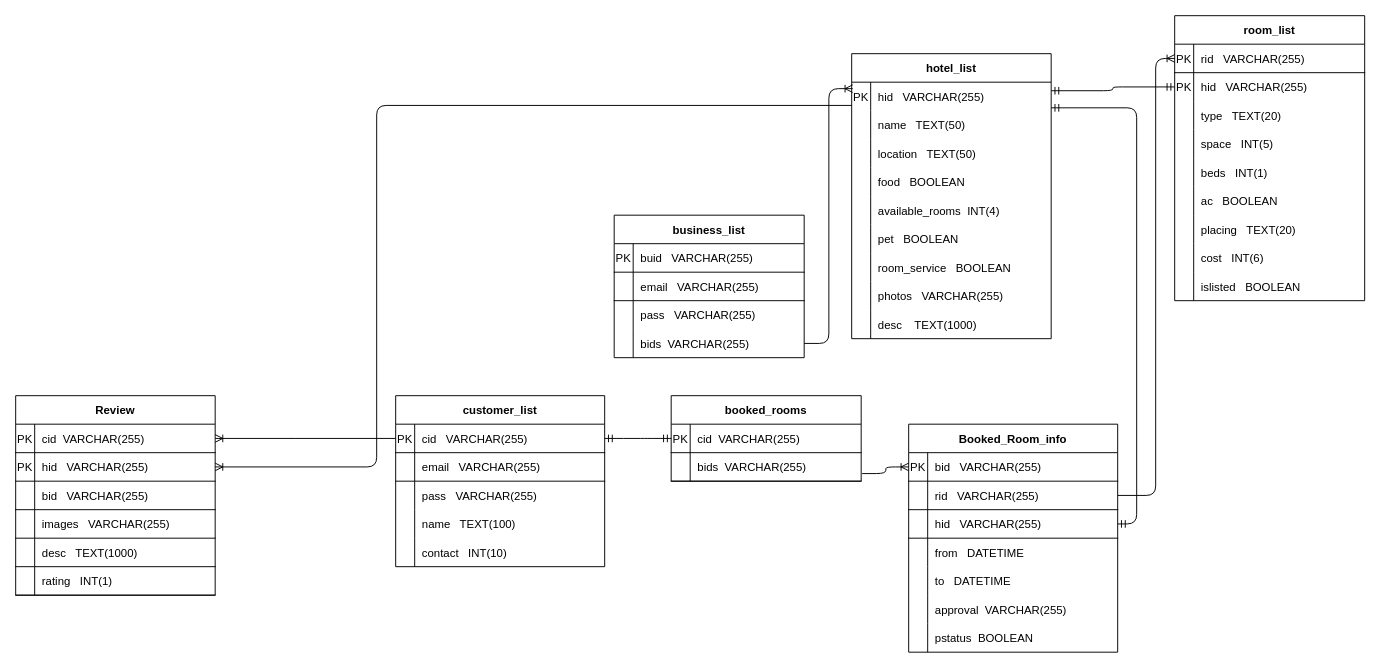
The draw.io diagram UPDATED_ERD_SCHEMA.drawio in PCMasterRace007/ER, before the edit. Source tidied: cells renumbered, new cells numbered last; positions are measured from the earlier drawing's top-left corner, leaving out a move shared by most shapes. Both pictures are drawn from the tidied source at 95%, with x=0, y=0 at pixel (15, 15).
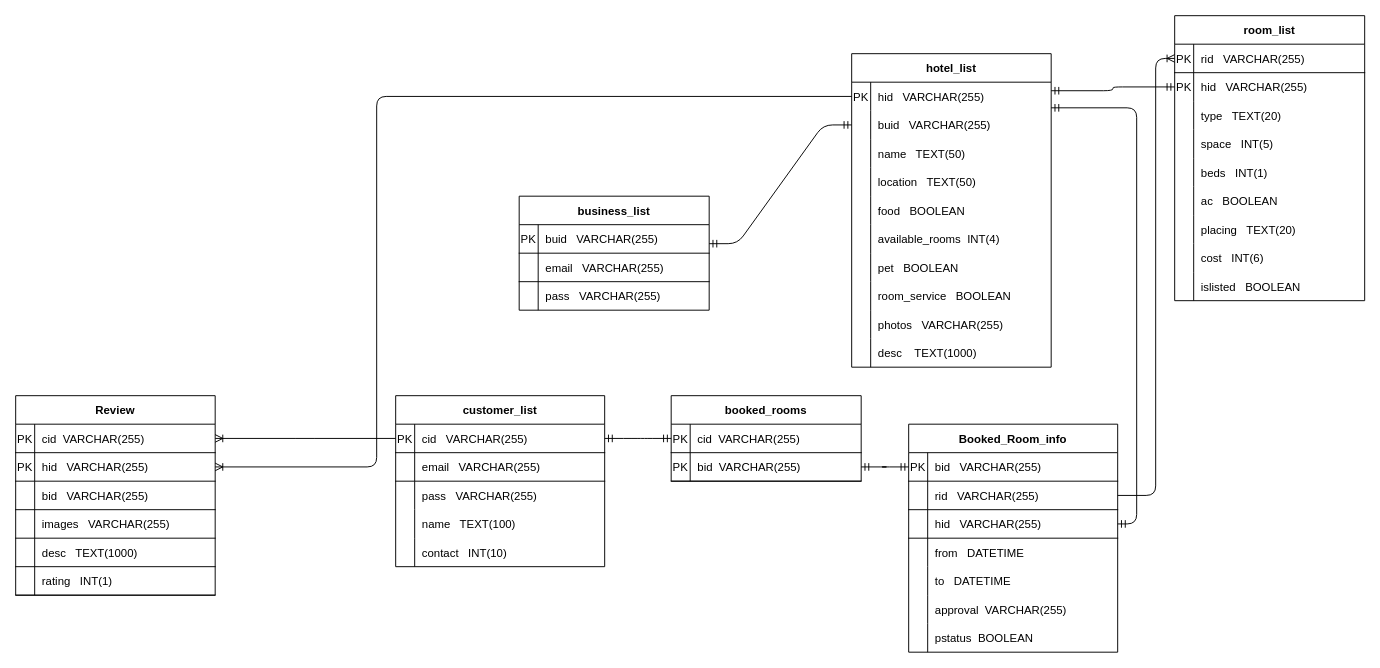
After the change.

Unchanged cells that the change refers to:
```xml
<mxCell id="3" style="shape=partialRectangle;fillColor=none;top=0;left=0;bottom=0;right=0;points=[[0,0.5],[1,0.5]];portConstraint=eastwest;" parent="2" vertex="1">
  <mxGeometry y="30" width="210" height="30" as="geometry" />
</mxCell>
<mxCell id="91" style="shape=partialRectangle;fillColor=none;top=0;left=0;bottom=1;right=0;points=[[0,0.5],[1,0.5]];portConstraint=eastwest;" parent="87" vertex="1">
  <mxGeometry y="60" width="200" height="30" as="geometry" />
</mxCell>
<mxCell id="95" style="shape=partialRectangle;fillColor=none;top=0;left=0;bottom=1;right=0;points=[[0,0.5],[1,0.5]];portConstraint=eastwest;" parent="94" vertex="1">
  <mxGeometry y="30" width="220" height="30" as="geometry" />
</mxCell>
<mxCell id="125" style="shape=partialRectangle;fillColor=none;top=0;left=0;bottom=1;right=0;points=[[0,0.5],[1,0.5]];portConstraint=eastwest;" parent="121" vertex="1">
  <mxGeometry y="60" width="210" height="30" as="geometry" />
</mxCell>
```

Change to the diagram source:
```diff
@@
     <mxCell id="2" value="hotel_list" style="shape=table;startSize=30;childLayout=tableLayout;rowLines=0;fontStyle=1;align=center;" parent="1" vertex="1">
-      <mxGeometry x="880" y="40" width="210" height="300" as="geometry" />
+      <mxGeometry x="880" y="40" width="210" height="330" as="geometry" />
     </mxCell>
@@
+    <mxCell id="143" style="shape=partialRectangle;fillColor=none;top=0;left=0;bottom=0;right=0;points=[[0,0.5],[1,0.5]];portConstraint=eastwest;" parent="2" vertex="1">
+      <mxGeometry y="60" width="210" height="30" as="geometry" />
+    </mxCell>
+    <mxCell id="57" style="shape=partialRectangle;fillColor=none;top=0;left=0;bottom=0;right=0;overflow=hidden;" parent="143" vertex="1">
+      <mxGeometry width="20" height="30" as="geometry" />
+    </mxCell>
+    <mxCell id="144" value="buid   VARCHAR(255)" style="shape=partialRectangle;fillColor=none;top=0;left=0;bottom=0;right=0;align=left;spacingLeft=6;overflow=hidden;" parent="143" vertex="1">
+      <mxGeometry x="20" width="190" height="30" as="geometry" />
+    </mxCell>
     <mxCell id="6" style="shape=partialRectangle;fillColor=none;top=0;left=0;bottom=0;right=0;points=[[0,0.5],[1,0.5]];portConstraint=eastwest;" parent="2" vertex="1">
-      <mxGeometry y="60" width="210" height="30" as="geometry" />
+      <mxGeometry y="90" width="210" height="30" as="geometry" />
     </mxCell>
@@
     <mxCell id="9" style="shape=partialRectangle;fillColor=none;top=0;left=0;bottom=0;right=0;" parent="2" vertex="1">
-      <mxGeometry y="90" width="210" height="30" as="geometry" />
+      <mxGeometry y="120" width="210" height="30" as="geometry" />
     </mxCell>
@@
     <mxCell id="12" style="shape=partialRectangle;fillColor=none;top=0;left=0;bottom=0;right=0;" parent="2" vertex="1">
-      <mxGeometry y="120" width="210" height="30" as="geometry" />
+      <mxGeometry y="150" width="210" height="30" as="geometry" />
     </mxCell>
@@
     <mxCell id="15" style="shape=partialRectangle;fillColor=none;top=0;left=0;bottom=0;right=0;" parent="2" vertex="1">
-      <mxGeometry y="150" width="210" height="30" as="geometry" />
+      <mxGeometry y="180" width="210" height="30" as="geometry" />
     </mxCell>
@@
     <mxCell id="18" style="shape=partialRectangle;fillColor=none;top=0;left=0;bottom=0;right=0;" parent="2" vertex="1">
-      <mxGeometry y="180" width="210" height="30" as="geometry" />
+      <mxGeometry y="210" width="210" height="30" as="geometry" />
     </mxCell>
@@
     <mxCell id="21" style="shape=partialRectangle;fillColor=none;top=0;left=0;bottom=0;right=0;" parent="2" vertex="1">
-      <mxGeometry y="210" width="210" height="30" as="geometry" />
+      <mxGeometry y="240" width="210" height="30" as="geometry" />
     </mxCell>
@@
     <mxCell id="24" style="shape=partialRectangle;fillColor=none;top=0;left=0;bottom=0;right=0;" parent="2" vertex="1">
-      <mxGeometry y="240" width="210" height="30" as="geometry" />
+      <mxGeometry y="270" width="210" height="30" as="geometry" />
     </mxCell>
@@
     <mxCell id="27" style="shape=partialRectangle;fillColor=none;top=0;left=0;bottom=0;right=0;" parent="2" vertex="1">
-      <mxGeometry y="270" width="210" height="30" as="geometry" />
+      <mxGeometry y="300" width="210" height="30" as="geometry" />
     </mxCell>
@@
     <mxCell id="46" value="business_list" style="shape=table;startSize=30;childLayout=tableLayout;rowLines=0;fontStyle=1;align=center;" parent="1" vertex="1">
-      <mxGeometry x="630" y="210" width="200" height="150" as="geometry" />
+      <mxGeometry x="530" y="190" width="200" height="120" as="geometry" />
     </mxCell>
@@
-    <mxCell id="56" style="shape=partialRectangle;fillColor=none;top=0;left=0;bottom=0;right=0;points=[[0,0.5],[1,0.5]];portConstraint=eastwest;" parent="46" vertex="1">
-      <mxGeometry y="120" width="200" height="30" as="geometry" />
-    </mxCell>
-    <mxCell id="57" style="shape=partialRectangle;fillColor=none;top=0;left=0;bottom=0;right=0;overflow=hidden;" parent="56" vertex="1">
-      <mxGeometry width="20" height="30" as="geometry" />
-    </mxCell>
-    <mxCell id="58" value="bids  VARCHAR(255)" style="shape=partialRectangle;fillColor=none;top=0;left=0;bottom=0;right=0;align=left;spacingLeft=6;overflow=hidden;" parent="56" vertex="1">
-      <mxGeometry x="20" width="180" height="30" as="geometry" />
-    </mxCell>
@@
-    <mxCell id="92" style="shape=partialRectangle;fillColor=none;top=0;left=0;bottom=0;right=0;fontStyle=0;overflow=hidden;" parent="91" vertex="1">
+    <mxCell id="92" value="PK" style="shape=partialRectangle;fillColor=none;top=0;left=0;bottom=0;right=0;fontStyle=0;overflow=hidden;" parent="91" vertex="1">
       <mxGeometry width="20" height="30" as="geometry" />
     </mxCell>
-    <mxCell id="93" value="bids  VARCHAR(255)" style="shape=partialRectangle;fillColor=none;top=0;left=0;bottom=0;right=0;align=left;spacingLeft=6;fontStyle=0;overflow=hidden;" parent="91" vertex="1">
+    <mxCell id="93" value="bid  VARCHAR(255)" style="shape=partialRectangle;fillColor=none;top=0;left=0;bottom=0;right=0;align=left;spacingLeft=6;fontStyle=0;overflow=hidden;" parent="91" vertex="1">
       <mxGeometry x="20" width="180" height="30" as="geometry" />
     </mxCell>
@@
-    <mxCell id="116" style="edgeStyle=elbowEdgeStyle;fontSize=12;html=1;endArrow=ERoneToMany;exitX=1;exitY=0.5;exitDx=0;exitDy=0;entryX=0.005;entryY=0.227;entryDx=0;entryDy=0;entryPerimeter=0;" parent="1" edge="1" source="56" target="3">
-      <mxGeometry relative="1" as="geometry" />
-    </mxCell>
@@
-    <mxCell id="118" style="edgeStyle=elbowEdgeStyle;fontSize=12;html=1;endArrow=ERoneToMany;exitX=1.005;exitY=0.733;exitDx=0;exitDy=0;exitPerimeter=0;entryX=0;entryY=0.5;entryDx=0;entryDy=0;" parent="1" edge="1" source="91" target="95">
-      <mxGeometry relative="1" as="geometry" />
-    </mxCell>
@@
-    <mxCell id="141" style="edgeStyle=elbowEdgeStyle;fontSize=12;html=1;endArrow=ERoneToMany;exitX=0;exitY=-0.184;exitDx=0;exitDy=0;exitPerimeter=0;entryX=1;entryY=0.5;entryDx=0;entryDy=0;" parent="1" edge="1" source="6" target="125">
+    <mxCell id="141" style="edgeStyle=elbowEdgeStyle;fontSize=12;html=1;endArrow=ERoneToMany;exitX=0;exitY=0.5;exitDx=0;exitDy=0;entryX=1;entryY=0.5;entryDx=0;entryDy=0;" parent="1" edge="1" source="3" target="125">
       <mxGeometry relative="1" as="geometry">
         <Array as="points">
           <mxPoint x="380" y="260" />
           <mxPoint x="590" y="150" />
         </Array>
       </mxGeometry>
     </mxCell>
@@
+    <mxCell id="145" style="edgeStyle=entityRelationEdgeStyle;fontSize=12;html=1;endArrow=ERmandOne;startArrow=ERmandOne;entryX=0;entryY=0.5;entryDx=0;entryDy=0;" parent="1" edge="1" target="143">
+      <mxGeometry relative="1" as="geometry">
+        <mxPoint x="730" y="240" as="sourcePoint" />
+      </mxGeometry>
+    </mxCell>
+    <mxCell id="118" style="edgeStyle=entityRelationEdgeStyle;fontSize=12;html=1;endArrow=ERmandOne;startArrow=ERmandOne;exitX=1;exitY=0.5;exitDx=0;exitDy=0;entryX=0;entryY=0.5;entryDx=0;entryDy=0;" parent="1" edge="1" source="91" target="95">
+      <mxGeometry relative="1" as="geometry" />
+    </mxCell>
```
